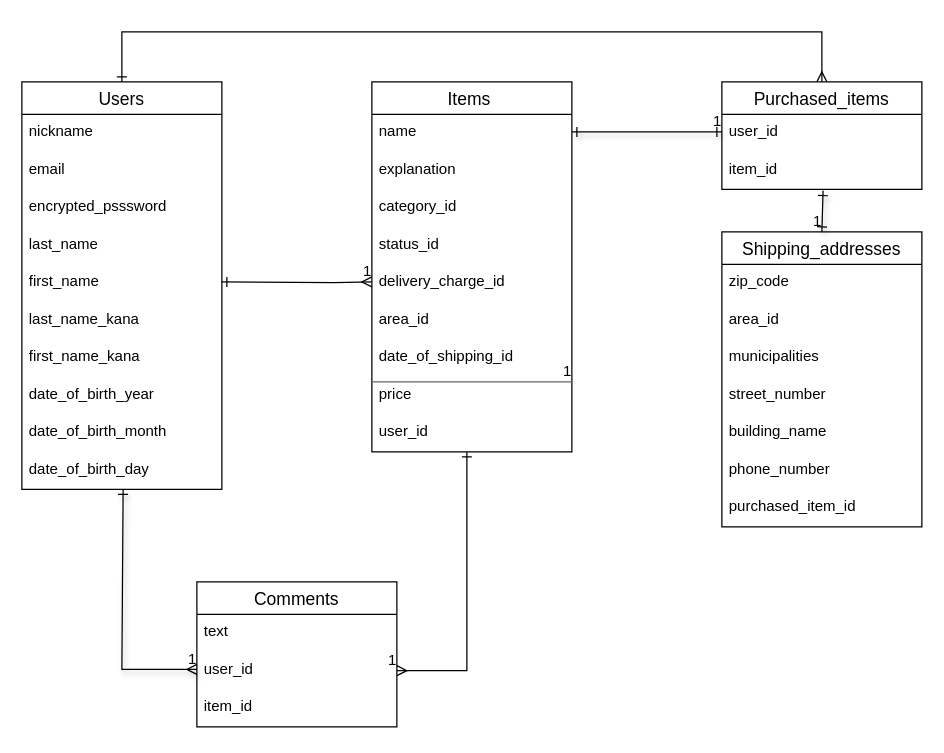
Before: test.dio in YYYukiyamazakIII/furima-37384, a draw.io diagram. Source tidied: cells renumbered, new cells numbered last; positions are measured from the earlier drawing's top-left corner, leaving out a move shared by most shapes. Both pictures are drawn from the tidied source at 125%, with x=0, y=0 at pixel (21, 31).
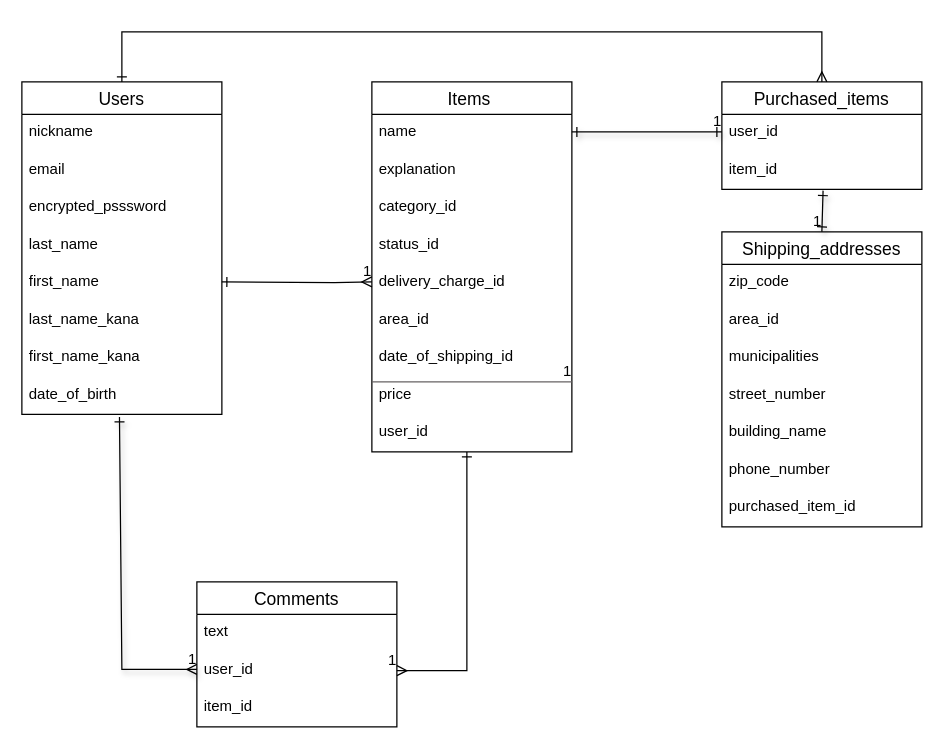
Above is the later version.

Commit message (it also covers changes not shown here):
README.mdとER図の修正(2回目)

The edit, as a diff of the source:
```diff
@@
     <mxCell id="3" value="Users" style="swimlane;fontStyle=0;horizontal=1;startSize=26;align=center;fontSize=14;" parent="1" vertex="1">
-      <mxGeometry y="40" width="160" height="326" as="geometry" />
+      <mxGeometry y="40" width="160" height="266" as="geometry" />
     </mxCell>
@@
-    <mxCell id="11" value="date_of_birth_year" style="text;spacingLeft=4;spacingRight=4;overflow=hidden;points=[[0,0.5],[1,0.5]];portConstraint=eastwest;fontSize=12;" parent="3" vertex="1">
+    <mxCell id="11" value="date_of_birth" style="text;spacingLeft=4;spacingRight=4;overflow=hidden;points=[[0,0.5],[1,0.5]];portConstraint=eastwest;fontSize=12;" parent="3" vertex="1">
       <mxGeometry y="236" width="160" height="30" as="geometry" />
     </mxCell>
-    <mxCell id="12" value="date_of_birth_month" style="text;spacingLeft=4;spacingRight=4;overflow=hidden;fontSize=12;" parent="3" vertex="1">
-      <mxGeometry y="266" width="160" height="30" as="geometry" />
-    </mxCell>
-    <mxCell id="13" value="date_of_birth_day" style="text;spacingLeft=4;spacingRight=4;overflow=hidden;fontSize=12;" parent="3" vertex="1">
-      <mxGeometry y="296" width="160" height="30" as="geometry" />
-    </mxCell>
@@
-    <mxCell id="41" style="endArrow=ERmany;html=1;rounded=0;shadow=1;entryX=0;entryY=0.5;entryDx=0;entryDy=0;exitX=0.506;exitY=1.033;exitDx=0;exitDy=0;exitPerimeter=0;endFill=0;startArrow=ERone;startFill=0;" parent="1" edge="1">
+    <mxCell id="41" style="endArrow=ERmany;html=1;rounded=0;shadow=1;entryX=0;entryY=0.5;entryDx=0;entryDy=0;exitX=0.488;exitY=1.067;exitDx=0;exitDy=0;exitPerimeter=0;endFill=0;startArrow=ERone;startFill=0;" parent="1" edge="1" source="11">
       <mxGeometry relative="1" as="geometry">
-        <mxPoint x="81" y="366" as="sourcePoint" />
         <mxPoint x="140" y="510" as="targetPoint" />
         <Array as="points">
           <mxPoint x="80" y="510" />
         </Array>
       </mxGeometry>
     </mxCell>
```
